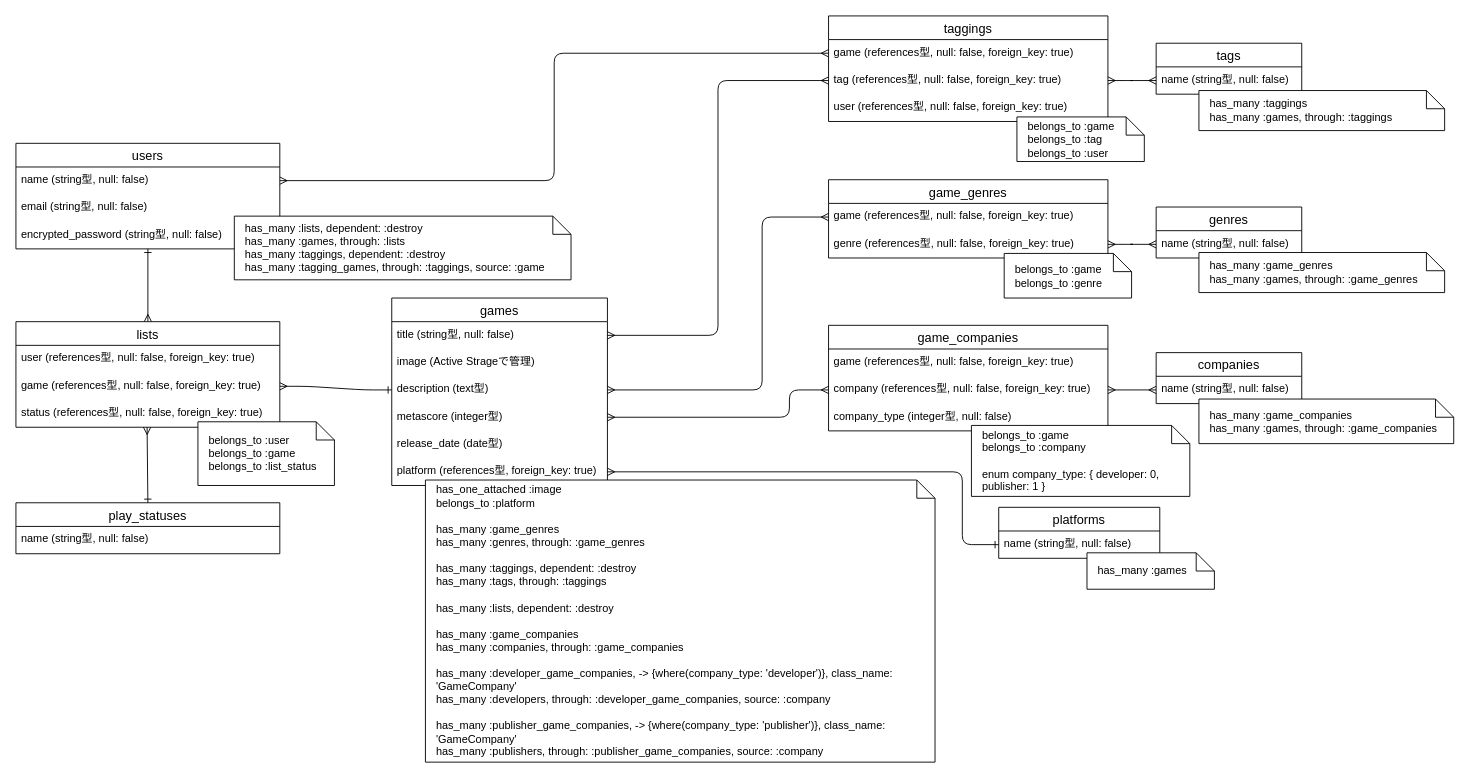
Above: erd.dio in nobmurakami/my-game-db (draw.io), before the change. Source tidied: cells renumbered, new cells numbered last; positions are measured from the earlier drawing's top-left corner, leaving out a move shared by most shapes. Both pictures are drawn from the tidied source at 91%, with x=0, y=0 at pixel (15, 15).
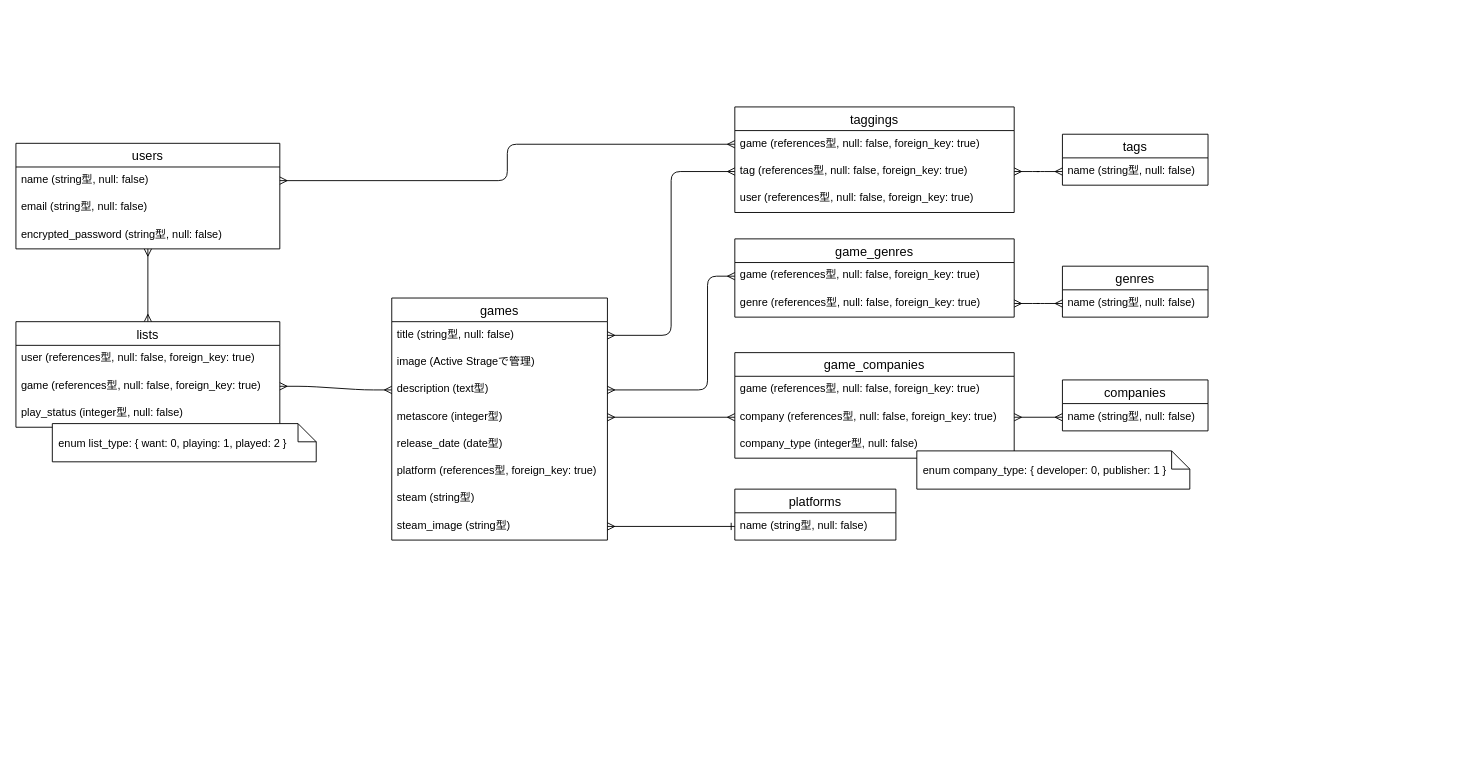
Above is the later version.

The change refers to these unchanged cells:
```xml
<mxCell id="3" value="users" style="swimlane;fontStyle=0;horizontal=1;startSize=26;align=center;fontSize=14;" parent="1" vertex="1">
  <mxGeometry y="140" width="290" height="116" as="geometry" />
</mxCell>
<mxCell id="7" value="lists" style="swimlane;fontStyle=0;horizontal=1;startSize=26;align=center;fontSize=14;" parent="1" vertex="1">
  <mxGeometry y="336" width="290" height="116" as="geometry" />
</mxCell>
<mxCell id="9" value="game (references型, null: false, foreign_key: true)" style="text;strokeColor=none;fillColor=none;spacingLeft=4;spacingRight=4;overflow=hidden;points=[[0,0.5],[1,0.5]];portConstraint=eastwest;fontSize=12;" parent="7" vertex="1">
  <mxGeometry y="56" width="290" height="30" as="geometry" />
</mxCell>
<mxCell id="14" value="description (text型)" style="text;strokeColor=none;fillColor=none;spacingLeft=4;spacingRight=4;overflow=hidden;points=[[0,0.5],[1,0.5]];portConstraint=eastwest;fontSize=12;" parent="11" vertex="1">
  <mxGeometry y="86" width="237" height="30" as="geometry" />
</mxCell>
<mxCell id="15" value="metascore (integer型)" style="text;strokeColor=none;fillColor=none;spacingLeft=4;spacingRight=4;overflow=hidden;points=[[0,0.5],[1,0.5]];portConstraint=eastwest;fontSize=12;" parent="11" vertex="1">
  <mxGeometry y="116" width="237" height="30" as="geometry" />
</mxCell>
<mxCell id="25" value="game (references型, null: false, foreign_key: true)" style="text;strokeColor=none;fillColor=none;spacingLeft=4;spacingRight=4;overflow=hidden;points=[[0,0.5],[1,0.5]];portConstraint=eastwest;fontSize=12;" parent="24" vertex="1">
  <mxGeometry y="26" width="307" height="30" as="geometry" />
</mxCell>
<mxCell id="29" value="company (references型, null: false, foreign_key: true)" style="text;strokeColor=none;fillColor=none;spacingLeft=4;spacingRight=4;overflow=hidden;points=[[0,0.5],[1,0.5]];portConstraint=eastwest;fontSize=12;" parent="27" vertex="1">
  <mxGeometry y="56" width="307" height="30" as="geometry" />
</mxCell>
<mxCell id="42" value="name (string型, null: false)" style="text;strokeColor=none;fillColor=none;spacingLeft=4;spacingRight=4;overflow=hidden;points=[[0,0.5],[1,0.5]];portConstraint=eastwest;fontSize=12;" parent="41" vertex="1">
  <mxGeometry y="26" width="177" height="30" as="geometry" />
</mxCell>
```

Change to the diagram source:
```diff
@@
-    <mxCell id="2" style="edgeStyle=orthogonalEdgeStyle;rounded=0;jettySize=auto;html=1;startArrow=ERone;startFill=0;endArrow=ERmany;endFill=0;" parent="1" edge="1" source="3" target="7">
+    <mxCell id="2" style="edgeStyle=orthogonalEdgeStyle;rounded=0;jettySize=auto;html=1;startArrow=ERmany;startFill=0;endArrow=ERmany;endFill=0;" parent="1" edge="1" source="3" target="7">
       <mxGeometry relative="1" as="geometry" />
     </mxCell>
@@
-    <mxCell id="10" value="status (references型, null: false, foreign_key: true)" style="text;strokeColor=none;fillColor=none;spacingLeft=4;spacingRight=4;overflow=hidden;points=[[0,0.5],[1,0.5]];portConstraint=eastwest;fontSize=12;" parent="7" vertex="1">
+    <mxCell id="10" value="play_status (integer型, null: false)" style="text;strokeColor=none;fillColor=none;spacingLeft=4;spacingRight=4;overflow=hidden;points=[[0,0.5],[1,0.5]];portConstraint=eastwest;fontSize=12;" parent="7" vertex="1">
       <mxGeometry y="86" width="290" height="30" as="geometry" />
     </mxCell>
     <mxCell id="11" value="games" style="swimlane;fontStyle=0;horizontal=1;startSize=26;align=center;fontSize=14;" parent="1" vertex="1">
-      <mxGeometry x="413" y="310" width="237" height="206" as="geometry" />
+      <mxGeometry x="413" y="310" width="237" height="266" as="geometry" />
     </mxCell>
@@
+    <mxCell id="59" value="platform (references型, foreign_key: true)" style="text;strokeColor=none;fillColor=none;spacingLeft=4;spacingRight=4;overflow=hidden;fontSize=12;" parent="11" vertex="1">
+      <mxGeometry y="176" width="237" height="30" as="geometry" />
+    </mxCell>
+    <mxCell id="60" value="steam (string型)" style="text;strokeColor=none;fillColor=none;spacingLeft=4;spacingRight=4;overflow=hidden;fontSize=12;" parent="11" vertex="1">
+      <mxGeometry y="206" width="237" height="30" as="geometry" />
+    </mxCell>
-    <mxCell id="17" value="platform (references型, foreign_key: true)" style="text;strokeColor=none;fillColor=none;spacingLeft=4;spacingRight=4;overflow=hidden;points=[[0,0.5],[1,0.5]];portConstraint=eastwest;fontSize=12;" parent="11" vertex="1">
-      <mxGeometry y="176" width="237" height="30" as="geometry" />
+    <mxCell id="17" value="steam_image (string型)" style="text;strokeColor=none;fillColor=none;spacingLeft=4;spacingRight=4;overflow=hidden;points=[[0,0.5],[1,0.5]];portConstraint=eastwest;fontSize=12;" parent="11" vertex="1">
+      <mxGeometry y="236" width="237" height="30" as="geometry" />
     </mxCell>
     <mxCell id="18" value="genres" style="swimlane;fontStyle=0;horizontal=1;startSize=26;align=center;fontSize=14;" parent="1" vertex="1">
-      <mxGeometry x="1253" y="210" width="160" height="56" as="geometry" />
+      <mxGeometry x="1150" y="275" width="160" height="56" as="geometry" />
     </mxCell>
@@
     <mxCell id="20" value="companies" style="swimlane;fontStyle=0;horizontal=1;startSize=26;align=center;fontSize=14;" parent="1" vertex="1">
-      <mxGeometry x="1253" y="370" width="160" height="56" as="geometry" />
+      <mxGeometry x="1150" y="400" width="160" height="56" as="geometry" />
     </mxCell>
@@
     <mxCell id="22" value="tags" style="swimlane;fontStyle=0;horizontal=1;startSize=26;align=center;fontSize=14;" parent="1" vertex="1">
-      <mxGeometry x="1253" y="30" width="160" height="56" as="geometry" />
+      <mxGeometry x="1150" y="130" width="160" height="56" as="geometry" />
     </mxCell>
@@
     <mxCell id="24" value="game_genres" style="swimlane;fontStyle=0;horizontal=1;startSize=26;align=center;fontSize=14;" parent="1" vertex="1">
-      <mxGeometry x="893" y="180" width="307" height="86" as="geometry" />
+      <mxGeometry x="790" y="245" width="307" height="86" as="geometry" />
     </mxCell>
@@
     <mxCell id="27" value="game_companies" style="swimlane;fontStyle=0;horizontal=1;startSize=26;align=center;fontSize=14;" parent="1" vertex="1">
-      <mxGeometry x="893" y="340" width="307" height="116" as="geometry" />
+      <mxGeometry x="790" y="370" width="307" height="116" as="geometry" />
     </mxCell>
@@
     <mxCell id="31" value="taggings" style="swimlane;fontStyle=0;horizontal=1;startSize=26;align=center;fontSize=14;" parent="1" vertex="1">
-      <mxGeometry x="893" width="307" height="116" as="geometry" />
+      <mxGeometry x="790" y="100" width="307" height="116" as="geometry" />
     </mxCell>
@@
     <mxCell id="35" style="edgeStyle=orthogonalEdgeStyle;fontSize=12;html=1;endArrow=ERmany;startArrow=ERmany;exitX=1;exitY=0.5;exitDx=0;exitDy=0;entryX=0;entryY=0.5;entryDx=0;entryDy=0;" parent="1" edge="1" source="14" target="25">
       <mxGeometry relative="1" as="geometry">
         <Array as="points">
-          <mxPoint x="820" y="411" />
-          <mxPoint x="820" y="221" />
+          <mxPoint x="760" y="411" />
+          <mxPoint x="760" y="286" />
         </Array>
       </mxGeometry>
     </mxCell>
@@
     <mxCell id="37" style="edgeStyle=orthogonalEdgeStyle;fontSize=12;html=1;endArrow=ERmany;startArrow=ERmany;entryX=0;entryY=0.5;entryDx=0;entryDy=0;exitX=1;exitY=0.5;exitDx=0;exitDy=0;" parent="1" edge="1" source="15" target="29">
-      <mxGeometry relative="1" as="geometry">
-        <Array as="points">
-          <mxPoint x="850" y="441" />
-          <mxPoint x="850" y="411" />
-        </Array>
-      </mxGeometry>
+      <mxGeometry relative="1" as="geometry" />
     </mxCell>
@@
     <mxCell id="41" value="platforms" style="swimlane;fontStyle=0;horizontal=1;startSize=26;align=center;fontSize=14;" parent="1" vertex="1">
-      <mxGeometry x="1080" y="540" width="177" height="56" as="geometry" />
+      <mxGeometry x="790" y="520" width="177" height="56" as="geometry" />
     </mxCell>
@@
     <mxCell id="43" style="edgeStyle=orthogonalEdgeStyle;fontSize=12;html=1;endArrow=ERone;endFill=0;exitX=1;exitY=0.5;exitDx=0;exitDy=0;entryX=0;entryY=0.5;entryDx=0;entryDy=0;startArrow=ERmany;startFill=0;" parent="1" edge="1" source="17" target="42">
-      <mxGeometry relative="1" as="geometry">
-        <Array as="points">
-          <mxPoint x="1040" y="501" />
-          <mxPoint x="1040" y="581" />
-        </Array>
-      </mxGeometry>
+      <mxGeometry relative="1" as="geometry" />
     </mxCell>
-    <mxCell id="44" style="edgeStyle=entityRelationEdgeStyle;fontSize=12;html=1;endArrow=ERone;entryX=0;entryY=0.5;entryDx=0;entryDy=0;exitX=1;exitY=0.5;exitDx=0;exitDy=0;startArrow=ERmany;startFill=0;endFill=0;" parent="1" edge="1" source="9" target="14">
+    <mxCell id="44" style="edgeStyle=entityRelationEdgeStyle;fontSize=12;html=1;endArrow=ERmany;entryX=0;entryY=0.5;entryDx=0;entryDy=0;exitX=1;exitY=0.5;exitDx=0;exitDy=0;startArrow=ERmany;startFill=0;endFill=0;" parent="1" edge="1" source="9" target="14">
       <mxGeometry relative="1" as="geometry" />
     </mxCell>
-    <mxCell id="45" value="has_many :lists, dependent: :destroy&lt;br&gt;has_many :games, through: :lists&lt;br&gt;has_many :taggings, dependent: :destroy&lt;br&gt;has_many :tagging_games, through: :taggings, source: :game" style="shape=note;size=20;whiteSpace=wrap;html=1;align=left;spacingLeft=10;" parent="1" vertex="1">
-      <mxGeometry x="240" y="220" width="370" height="70" as="geometry" />
-    </mxCell>
-    <mxCell id="46" value="play_statuses" style="swimlane;fontStyle=0;horizontal=1;startSize=26;align=center;fontSize=14;" parent="1" vertex="1">
-      <mxGeometry y="535" width="290" height="56" as="geometry" />
-    </mxCell>
-    <mxCell id="47" value="name (string型, null: false)" style="text;strokeColor=none;fillColor=none;spacingLeft=4;spacingRight=4;overflow=hidden;fontSize=12;" parent="46" vertex="1">
-      <mxGeometry y="26" width="290" height="30" as="geometry" />
-    </mxCell>
-    <mxCell id="48" style="rounded=0;jettySize=auto;html=1;startArrow=ERone;startFill=0;endArrow=ERmany;endFill=0;exitX=0.5;exitY=0;exitDx=0;exitDy=0;entryX=0.497;entryY=1;entryDx=0;entryDy=0;entryPerimeter=0;" parent="1" edge="1" source="46" target="10">
-      <mxGeometry relative="1" as="geometry" />
-    </mxCell>
-    <mxCell id="49" value="belongs_to :user&lt;br&gt;&lt;div&gt;&lt;span&gt;belongs_to :game&lt;/span&gt;&lt;/div&gt;&lt;div&gt;&lt;span&gt;belongs_to :list_status&lt;/span&gt;&lt;/div&gt;" style="shape=note;size=20;whiteSpace=wrap;html=1;align=left;spacingLeft=10;" parent="1" vertex="1">
-      <mxGeometry x="200" y="446" width="150" height="70" as="geometry" />
-    </mxCell>
-    <mxCell id="50" value="has_one_attached :image&lt;br&gt;belongs_to :platform&lt;br&gt;&lt;br&gt;has_many :game_genres&lt;br&gt;has_many :genres, through: :game_genres&lt;br&gt;&lt;br&gt;has_many :taggings, dependent: :destroy&lt;br&gt;has_many :tags, through: :taggings&lt;br&gt;&lt;br&gt;has_many :lists, dependent: :destroy&lt;br&gt;&lt;br&gt;&lt;div&gt;has_many :game_companies&lt;/div&gt;&lt;div&gt;has_many :companies, through: :game_companies&lt;/div&gt;&lt;div&gt;&lt;br&gt;&lt;/div&gt;&lt;div&gt;&lt;div&gt;has_many :developer_game_companies, -&amp;gt; {where(company_type: 'developer')}, class_name: 'GameCompany'&lt;/div&gt;&lt;div&gt;has_many :developers, through: :developer_game_companies, source: :company&lt;/div&gt;&lt;div&gt;&lt;br&gt;&lt;/div&gt;&lt;div&gt;has_many :publisher_game_companies, -&amp;gt; {where(company_type: 'publisher')}, class_name: 'GameCompany'&lt;/div&gt;&lt;div&gt;has_many :publishers, through: :publisher_game_companies, source: :company&lt;/div&gt;&lt;/div&gt;" style="shape=note;size=20;whiteSpace=wrap;html=1;align=left;spacingLeft=10;" parent="1" vertex="1">
-      <mxGeometry x="450" y="510" width="560" height="310" as="geometry" />
-    </mxCell>
-    <mxCell id="51" value="&lt;span&gt;belongs_to :game&lt;/span&gt;&lt;br&gt;&lt;div&gt;&lt;span&gt;belongs_to :genre&lt;/span&gt;&lt;/div&gt;" style="shape=note;size=20;whiteSpace=wrap;html=1;align=left;spacingLeft=10;" parent="1" vertex="1">
-      <mxGeometry x="1086" y="261" width="140" height="49" as="geometry" />
-    </mxCell>
-    <mxCell id="52" value="&lt;span&gt;belongs_to :game&lt;/span&gt;&lt;br&gt;&lt;div&gt;&lt;span&gt;belongs_to :company&lt;/span&gt;&lt;/div&gt;&lt;div&gt;&lt;br&gt;&lt;/div&gt;&lt;div&gt;enum company_type: { developer: 0, publisher: 1 }&lt;br&gt;&lt;/div&gt;" style="shape=note;size=20;whiteSpace=wrap;html=1;align=left;spacingLeft=10;" parent="1" vertex="1">
-      <mxGeometry x="1050" y="450" width="240" height="78" as="geometry" />
-    </mxCell>
-    <mxCell id="53" value="&lt;span&gt;belongs_to :game&lt;/span&gt;&lt;br&gt;&lt;div&gt;&lt;span&gt;belongs_to :tag&lt;/span&gt;&lt;/div&gt;&lt;div&gt;&lt;span&gt;belongs_to :user&lt;/span&gt;&lt;/div&gt;" style="shape=note;size=20;whiteSpace=wrap;html=1;align=left;spacingLeft=10;" parent="1" vertex="1">
-      <mxGeometry x="1100" y="111" width="140" height="49" as="geometry" />
-    </mxCell>
-    <mxCell id="54" value="has_many :game_genres&lt;br&gt;has_many :games, through: :game_genres" style="shape=note;size=20;whiteSpace=wrap;html=1;align=left;spacingLeft=10;" parent="1" vertex="1">
-      <mxGeometry x="1300" y="260" width="270" height="44" as="geometry" />
-    </mxCell>
-    <mxCell id="55" value="has_many :game_companies&lt;br&gt;has_many :games, through: :game_companies" style="shape=note;size=20;whiteSpace=wrap;html=1;align=left;spacingLeft=10;" parent="1" vertex="1">
-      <mxGeometry x="1300" y="421" width="280" height="49" as="geometry" />
-    </mxCell>
-    <mxCell id="56" value="has_many :taggings&lt;br&gt;has_many :games, through: :taggings" style="shape=note;size=20;whiteSpace=wrap;html=1;align=left;spacingLeft=10;" parent="1" vertex="1">
-      <mxGeometry x="1300" y="82" width="270" height="44" as="geometry" />
-    </mxCell>
-    <mxCell id="57" value="has_many :games" style="shape=note;size=20;whiteSpace=wrap;html=1;align=left;spacingLeft=10;" parent="1" vertex="1">
-      <mxGeometry x="1177" y="590" width="140" height="40" as="geometry" />
-    </mxCell>
@@
+    <mxCell id="61" value="&lt;div style=&quot;line-height: 18px&quot;&gt;enum company_type: { developer: 0, publisher: 1 }&lt;/div&gt;" style="shape=note;size=20;whiteSpace=wrap;html=1;labelBackgroundColor=none;fontSize=12;fontColor=#000000;align=left;spacingLeft=5;" parent="1" vertex="1">
+      <mxGeometry x="990" y="478" width="300" height="42" as="geometry" />
+    </mxCell>
+    <mxCell id="62" value="&lt;div style=&quot;line-height: 18px&quot;&gt;enum list_type: { want: 0, playing: 1, played: 2 }&lt;/div&gt;" style="shape=note;size=20;whiteSpace=wrap;html=1;labelBackgroundColor=none;fontSize=12;fontColor=#000000;align=left;spacingLeft=5;" parent="1" vertex="1">
+      <mxGeometry x="40" y="448" width="290" height="42" as="geometry" />
+    </mxCell>
```
